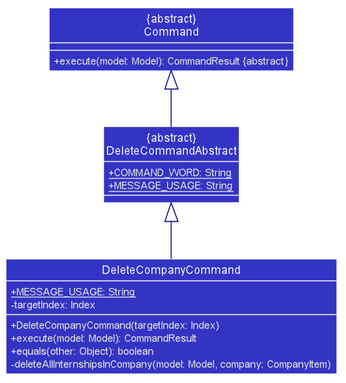
This is docs/images/dg-company/DeleteCompanyCommandClassDiagram.png from shawn-nyk/tp, a PlantUML export, as it was before one commit. Its diagram source:
```plantuml
@startuml








skinparam BackgroundColor #FFFFFFF

skinparam defaultFontColor #DDDDDD

skinparam Shadowing false

skinparam Class {
    FontColor #FFFFFF
    BorderThickness 1
    BorderColor #FFFFFF
    StereotypeFontColor #FFFFFF
    FontName Arial
}

skinparam Actor {
    BorderColor #000000
    Color #000000
    FontName Arial
}

skinparam Sequence {
    MessageAlign center
    BoxFontSize 15
    BoxPadding 0
    BoxFontColor #FFFFFF
    FontName Arial
}

skinparam Participant {
    FontColor #FFFFFFF
    Padding 20
}

skinparam MinClassWidth 50
skinparam ParticipantPadding 10
skinparam Shadowing false
skinparam DefaultTextAlignment center
skinparam packageStyle Rectangle

hide footbox
hide circle
skinparam classAttributeIconSize 0
skinparam arrowThickness 1.1
skinparam arrowColor #101086
skinparam classBackgroundColor #3333C4

class DeleteCompanyCommand {
    {static} +MESSAGE_USAGE: String
    -targetIndex: Index
    +DeleteCompanyCommand(targetIndex: Index)
    +execute(model: Model): CommandResult
    +equals(other: Object): boolean
    -deleteAllInternshipsInCompany(model: Model, company: CompanyItem)
}

class "&#123;abstract&#125;\nDeleteCommandAbstract" as DeleteCommandAbstract {
    {static} +COMMAND_WORD: String
    {static} +MESSAGE_USAGE: String
}

class "&#123;abstract&#125;\nCommand" as Command {
    +execute(model: Model): CommandResult &#123;abstract&#125;
}

DeleteCommandAbstract <|-- DeleteCompanyCommand
Command <|-- DeleteCommandAbstract

@enduml
```
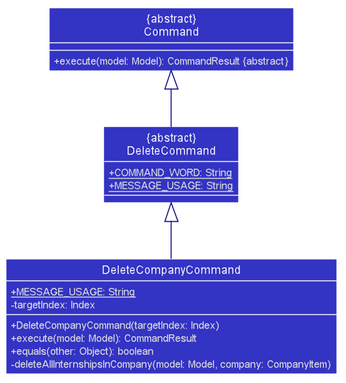
After the change.

Commit message:
Add images for delete and list company in UG

What changed in the source:
```diff
@@ -9,9 +9,9 @@
 
 skinparam BackgroundColor #FFFFFFF
 
-skinparam defaultFontColor #DDDDDD
+skinparam Shadowing false
 
-skinparam Shadowing false
+skinparam classAttributeIconSize 0
 
 skinparam Class {
     FontColor #FFFFFF
@@ -48,10 +48,10 @@
 
 hide footbox
 hide circle
-skinparam classAttributeIconSize 0
 skinparam arrowThickness 1.1
 skinparam arrowColor #101086
 skinparam classBackgroundColor #3333C4
+skinparam defaultFontColor #DDDDDD
 
 class DeleteCompanyCommand {
     {static} +MESSAGE_USAGE: String
@@ -62,7 +62,7 @@
     -deleteAllInternshipsInCompany(model: Model, company: CompanyItem)
 }
 
-class "&#123;abstract&#125;\nDeleteCommandAbstract" as DeleteCommandAbstract {
+class "&#123;abstract&#125;\nDeleteCommand" as DeleteCommand {
     {static} +COMMAND_WORD: String
     {static} +MESSAGE_USAGE: String
 }
@@ -71,7 +71,6 @@
     +execute(model: Model): CommandResult &#123;abstract&#125;
 }
 
-DeleteCommandAbstract <|-- DeleteCompanyCommand
-Command <|-- DeleteCommandAbstract
-
+DeleteCommand <|-- DeleteCompanyCommand
+Command <|-- DeleteCommand
 @enduml
```
